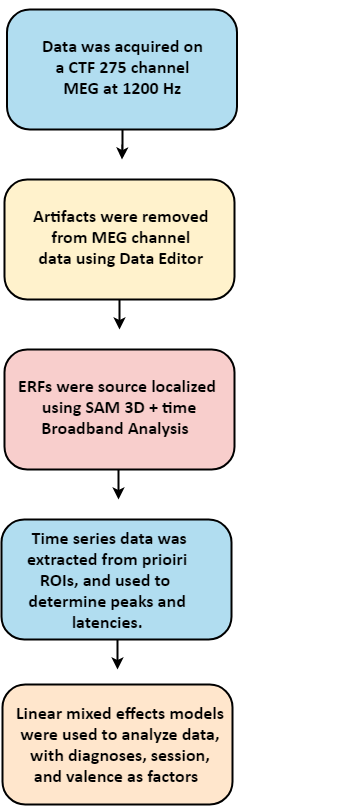
This is Methods_Flowchart.png from linneasf/emoeval, a draw.io export, as it was before one commit. Source tidied: cells renumbered, new cells last; positions are measured from the earlier drawing's top-left corner, leaving out a move shared by most shapes. The source it was exported from:
```xml
<mxGraphModel>
  <root>
    <mxCell id="0" />
    <mxCell id="1" parent="0" />
    <mxCell id="2" style="group;" parent="1" vertex="1">
      <mxGeometry width="353" height="795" as="geometry" />
    </mxCell>
    <mxCell id="3" style="group;" parent="2" vertex="1">
      <mxGeometry y="650" width="245" height="120" as="geometry" />
    </mxCell>
    <mxCell id="4" style="rounded=1;fillColor=#ffe6cc;strokeColor=#000000;arcSize=19;whiteSpace=wrap;html=1;strokeWidth=2;" parent="3" vertex="1">
      <mxGeometry x="1" y="25" width="230" height="120" as="geometry" />
    </mxCell>
    <mxCell id="5" value="&lt;span style=&quot;font-size: 17px&quot;&gt;&lt;font face=&quot;calibri&quot; style=&quot;font-size: 18px&quot;&gt;&lt;b&gt;Linear mixed effects models &lt;br&gt;were used to analyze data, &lt;br&gt;with diagnoses, session, &lt;br&gt;and valence as factors&amp;nbsp;&lt;/b&gt; &amp;nbsp;&lt;/font&gt;&lt;/span&gt;" style="text;html=1;align=center;verticalAlign=middle;fillColor=none;strokeColor=none;rounded=0;fontFamily=Maple;" parent="3" vertex="1">
      <mxGeometry x="5.5" y="50" width="230" height="70" as="geometry" />
    </mxCell>
    <mxCell id="6" style="edgeStyle=orthogonalEdgeStyle;rounded=0;orthogonalLoop=1;jettySize=auto;html=1;strokeWidth=2;" parent="3" edge="1">
      <mxGeometry relative="1" as="geometry">
        <mxPoint x="116" y="-20" as="sourcePoint" />
        <mxPoint x="116" y="10" as="targetPoint" />
        <Array as="points">
          <mxPoint x="116" />
          <mxPoint x="116" />
        </Array>
      </mxGeometry>
    </mxCell>
    <mxCell id="7" style="group;" parent="2" vertex="1">
      <mxGeometry x="3" y="170" width="230" height="150" as="geometry" />
    </mxCell>
    <mxCell id="8" style="edgeStyle=orthogonalEdgeStyle;rounded=0;jettySize=auto;html=1;strokeWidth=2;" parent="7" edge="1" source="10">
      <mxGeometry relative="1" as="geometry">
        <mxPoint x="115" y="150" as="targetPoint" />
      </mxGeometry>
    </mxCell>
    <mxCell id="9" style="group;strokeWidth=3;" parent="7" vertex="1">
      <mxGeometry width="228" height="120" as="geometry" />
    </mxCell>
    <mxCell id="10" style="rounded=1;fillColor=#fff2cc;strokeColor=#000000;arcSize=19;whiteSpace=wrap;html=1;strokeWidth=2;" parent="9" vertex="1">
      <mxGeometry width="230" height="120" as="geometry" />
    </mxCell>
    <mxCell id="11" value="&lt;div style=&quot;text-align: center ; font-size: 18px&quot;&gt;&lt;font face=&quot;calibri&quot; style=&quot;font-size: 18px&quot;&gt;&lt;b&gt;Artifacts were removed&lt;/b&gt;&lt;/font&gt;&lt;/div&gt;&lt;div style=&quot;text-align: center ; font-size: 18px&quot;&gt;&lt;font face=&quot;calibri&quot; style=&quot;font-size: 18px&quot;&gt;&lt;b&gt;&amp;nbsp;from&amp;nbsp;MEG&amp;nbsp;channel&amp;nbsp;&lt;/b&gt;&lt;/font&gt;&lt;/div&gt;&lt;div style=&quot;text-align: center ; font-size: 18px&quot;&gt;&lt;font face=&quot;calibri&quot; style=&quot;font-size: 18px&quot;&gt;&lt;b&gt;data&amp;nbsp;using&amp;nbsp;Data Editor&lt;/b&gt;&lt;/font&gt;&lt;/div&gt;" style="text;html=1;" parent="9" vertex="1">
      <mxGeometry x="27" y="20" width="155" height="65" as="geometry" />
    </mxCell>
    <mxCell id="12" style="group;" parent="2" vertex="1">
      <mxGeometry x="5.5" width="230" height="150" as="geometry" />
    </mxCell>
    <mxCell id="13" style="edgeStyle=orthogonalEdgeStyle;rounded=0;jettySize=auto;html=1;strokeWidth=2;" parent="12" edge="1" source="14">
      <mxGeometry relative="1" as="geometry">
        <mxPoint x="115" y="150" as="targetPoint" />
      </mxGeometry>
    </mxCell>
    <mxCell id="14" value="&lt;br&gt;&lt;br&gt;&lt;br&gt;&lt;br&gt;&lt;br&gt;&lt;br&gt;&lt;br&gt;&lt;br&gt;&lt;br&gt;&lt;br&gt;" style="rounded=1;fillColor=#b1ddf0;strokeColor=#000000;arcSize=19;whiteSpace=wrap;html=1;strokeWidth=2;" parent="12" vertex="1">
      <mxGeometry width="230" height="120" as="geometry" />
    </mxCell>
    <mxCell id="15" value="&lt;div style=&quot;text-align: center ; font-size: 18px&quot;&gt;&lt;font style=&quot;font-size: 18px&quot;&gt;&lt;b&gt;Data was acquired on&amp;nbsp;&lt;/b&gt;&lt;/font&gt;&lt;/div&gt;&lt;div style=&quot;text-align: center ; font-size: 18px&quot;&gt;&lt;b&gt;&lt;font style=&quot;font-size: 18px&quot;&gt;&lt;font style=&quot;font-size: 18px&quot;&gt;a&amp;nbsp;&lt;/font&gt;CTF 275 channel&amp;nbsp;&lt;/font&gt;&lt;/b&gt;&lt;/div&gt;&lt;div style=&quot;text-align: center ; font-size: 18px&quot;&gt;&lt;b&gt;&lt;font style=&quot;font-size: 18px&quot;&gt;&lt;font style=&quot;font-size: 18px&quot;&gt;MEG at 1200 Hz&lt;/font&gt;&lt;font face=&quot;maple&quot; style=&quot;font-size: 18px&quot;&gt;&amp;nbsp;&lt;/font&gt;&lt;/font&gt;&lt;/b&gt;&lt;/div&gt;" style="text;html=1;fontFamily=calibri;" parent="12" vertex="1">
      <mxGeometry x="33" y="20" width="167" height="68" as="geometry" />
    </mxCell>
    <mxCell id="16" style="group;" parent="2" vertex="1">
      <mxGeometry x="3" y="340" width="237.5" height="140" as="geometry" />
    </mxCell>
    <mxCell id="17" style="group;" parent="16" vertex="1">
      <mxGeometry width="237.5" height="120" as="geometry" />
    </mxCell>
    <mxCell id="18" style="rounded=1;fillColor=#f8cecc;strokeColor=#000000;arcSize=19;whiteSpace=wrap;html=1;strokeWidth=2;" parent="17" vertex="1">
      <mxGeometry width="230" height="120" as="geometry" />
    </mxCell>
    <mxCell id="19" value="&lt;font style=&quot;font-size: 18px&quot; face=&quot;calibri&quot;&gt;&lt;b&gt;ERFs were source localized &lt;br&gt;using SAM 3D + time&lt;br&gt;Broadband Analysis&lt;font style=&quot;font-size: 18px&quot;&gt;&amp;nbsp;&amp;nbsp;&lt;/font&gt;&lt;/b&gt;&lt;/font&gt;" style="text;html=1;align=center;verticalAlign=middle;fillColor=none;strokeColor=none;rounded=0;fontFamily=Maple;" parent="17" vertex="1">
      <mxGeometry x="5" y="32.5" width="220" height="50" as="geometry" />
    </mxCell>
    <mxCell id="20" style="edgeStyle=orthogonalEdgeStyle;rounded=0;orthogonalLoop=1;jettySize=auto;html=1;strokeWidth=2;" parent="16" edge="1">
      <mxGeometry relative="1" as="geometry">
        <mxPoint x="114" y="120" as="sourcePoint" />
        <mxPoint x="114" y="150" as="targetPoint" />
        <Array as="points">
          <mxPoint x="114" y="140" />
          <mxPoint x="114" y="140" />
        </Array>
      </mxGeometry>
    </mxCell>
    <mxCell id="21" style="group;fillColor=none;strokeColor=none;" parent="2" vertex="1">
      <mxGeometry y="500" width="353" height="120" as="geometry" />
    </mxCell>
    <mxCell id="22" style="rounded=1;fillColor=#b1ddf0;strokeColor=#000000;arcSize=19;whiteSpace=wrap;html=1;strokeWidth=2;" parent="21" vertex="1">
      <mxGeometry y="10" width="230" height="120" as="geometry" />
    </mxCell>
    <mxCell id="23" value="&lt;font style=&quot;font-size: 18px&quot; face=&quot;calibri&quot;&gt;&lt;b&gt;&amp;nbsp;Time series data was &lt;br&gt;extracted from prioiri &lt;br&gt;ROIs, and used to&amp;nbsp;&amp;nbsp;&lt;br&gt;determine peaks and &lt;br&gt;latencies.&amp;nbsp;&lt;/b&gt;&lt;/font&gt;" style="text;html=1;align=center;verticalAlign=middle;fillColor=none;strokeColor=none;rounded=0;fontFamily=mapel;" parent="21" vertex="1">
      <mxGeometry x="17.5" y="25" width="180" height="90" as="geometry" />
    </mxCell>
  </root>
</mxGraphModel>
```
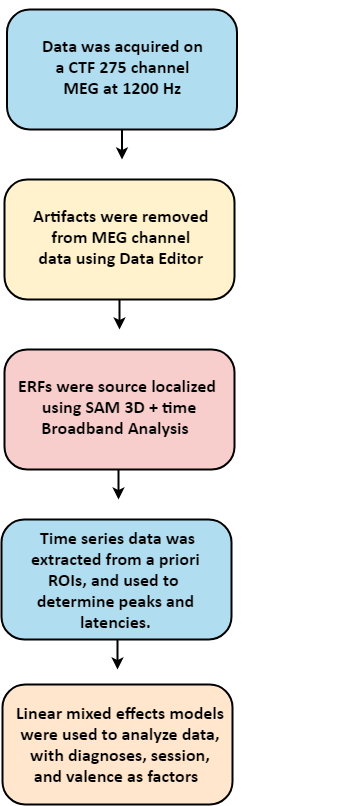
After the change.

What changed in the source:
```diff
@@ -83,8 +83,8 @@
     <mxCell id="22" style="rounded=1;fillColor=#b1ddf0;strokeColor=#000000;arcSize=19;whiteSpace=wrap;html=1;strokeWidth=2;" parent="21" vertex="1">
       <mxGeometry y="10" width="230" height="120" as="geometry" />
     </mxCell>
-    <mxCell id="23" value="&lt;font style=&quot;font-size: 18px&quot; face=&quot;calibri&quot;&gt;&lt;b&gt;&amp;nbsp;Time series data was &lt;br&gt;extracted from prioiri &lt;br&gt;ROIs, and used to&amp;nbsp;&amp;nbsp;&lt;br&gt;determine peaks and &lt;br&gt;latencies.&amp;nbsp;&lt;/b&gt;&lt;/font&gt;" style="text;html=1;align=center;verticalAlign=middle;fillColor=none;strokeColor=none;rounded=0;fontFamily=mapel;" parent="21" vertex="1">
-      <mxGeometry x="17.5" y="25" width="180" height="90" as="geometry" />
+    <mxCell id="23" value="&lt;font style=&quot;font-size: 18px&quot; face=&quot;calibri&quot;&gt;&lt;b&gt;&amp;nbsp;Time series data was &lt;br&gt;extracted from a priori &lt;br&gt;ROIs, and used to&amp;nbsp;&amp;nbsp;&lt;br&gt;determine peaks and &lt;br&gt;latencies.&amp;nbsp;&lt;/b&gt;&lt;/font&gt;" style="text;html=1;align=center;verticalAlign=middle;fillColor=none;strokeColor=none;rounded=0;fontFamily=mapel;" parent="21" vertex="1">
+      <mxGeometry x="18" y="28" width="196" height="84" as="geometry" />
     </mxCell>
   </root>
 </mxGraphModel>
```
